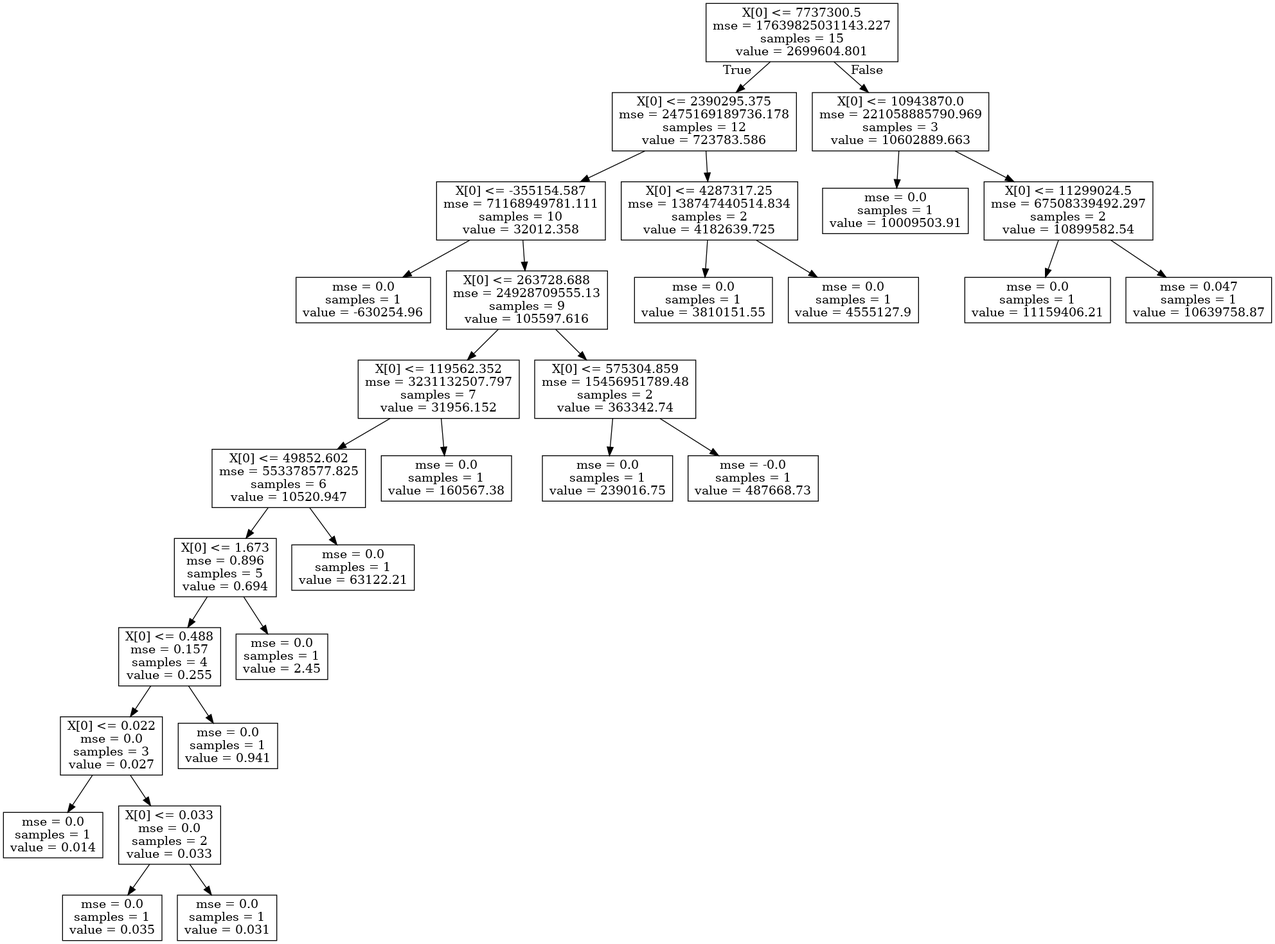
Dimitrios-Mourtzilas/Business-Strategy keeps this Graphviz diagram as dot_tree.png. Above is the earlier version. Its source is kept beside it as dot_tree.dot. Source of this version:
```dot
digraph Tree {
node [shape=box] ;
0 [label="X[0] <= 7737300.5\nmse = 17639825031143.227\nsamples = 15\nvalue = 2699604.801"] ;
1 [label="X[0] <= 2390295.375\nmse = 2475169189736.178\nsamples = 12\nvalue = 723783.586"] ;
0 -> 1 [labeldistance=2.5, labelangle=45, headlabel="True"] ;
2 [label="X[0] <= -355154.587\nmse = 71168949781.111\nsamples = 10\nvalue = 32012.358"] ;
1 -> 2 ;
3 [label="mse = 0.0\nsamples = 1\nvalue = -630254.96"] ;
2 -> 3 ;
4 [label="X[0] <= 263728.688\nmse = 24928709555.13\nsamples = 9\nvalue = 105597.616"] ;
2 -> 4 ;
5 [label="X[0] <= 119562.352\nmse = 3231132507.797\nsamples = 7\nvalue = 31956.152"] ;
4 -> 5 ;
6 [label="X[0] <= 49852.602\nmse = 553378577.825\nsamples = 6\nvalue = 10520.947"] ;
5 -> 6 ;
7 [label="X[0] <= 1.673\nmse = 0.896\nsamples = 5\nvalue = 0.694"] ;
6 -> 7 ;
8 [label="X[0] <= 0.488\nmse = 0.157\nsamples = 4\nvalue = 0.255"] ;
7 -> 8 ;
9 [label="X[0] <= 0.022\nmse = 0.0\nsamples = 3\nvalue = 0.027"] ;
8 -> 9 ;
10 [label="mse = 0.0\nsamples = 1\nvalue = 0.014"] ;
9 -> 10 ;
11 [label="X[0] <= 0.033\nmse = 0.0\nsamples = 2\nvalue = 0.033"] ;
9 -> 11 ;
12 [label="mse = 0.0\nsamples = 1\nvalue = 0.035"] ;
11 -> 12 ;
13 [label="mse = 0.0\nsamples = 1\nvalue = 0.031"] ;
11 -> 13 ;
14 [label="mse = 0.0\nsamples = 1\nvalue = 0.941"] ;
8 -> 14 ;
15 [label="mse = 0.0\nsamples = 1\nvalue = 2.45"] ;
7 -> 15 ;
16 [label="mse = 0.0\nsamples = 1\nvalue = 63122.21"] ;
6 -> 16 ;
17 [label="mse = 0.0\nsamples = 1\nvalue = 160567.38"] ;
5 -> 17 ;
18 [label="X[0] <= 575304.859\nmse = 15456951789.48\nsamples = 2\nvalue = 363342.74"] ;
4 -> 18 ;
19 [label="mse = 0.0\nsamples = 1\nvalue = 239016.75"] ;
18 -> 19 ;
20 [label="mse = -0.0\nsamples = 1\nvalue = 487668.73"] ;
18 -> 20 ;
21 [label="X[0] <= 4287317.25\nmse = 138747440514.834\nsamples = 2\nvalue = 4182639.725"] ;
1 -> 21 ;
22 [label="mse = 0.0\nsamples = 1\nvalue = 3810151.55"] ;
21 -> 22 ;
23 [label="mse = 0.0\nsamples = 1\nvalue = 4555127.9"] ;
21 -> 23 ;
24 [label="X[0] <= 10943870.0\nmse = 221058885790.969\nsamples = 3\nvalue = 10602889.663"] ;
0 -> 24 [labeldistance=2.5, labelangle=-45, headlabel="False"] ;
25 [label="mse = 0.0\nsamples = 1\nvalue = 10009503.91"] ;
24 -> 25 ;
26 [label="X[0] <= 11299024.5\nmse = 67508339492.297\nsamples = 2\nvalue = 10899582.54"] ;
24 -> 26 ;
27 [label="mse = 0.0\nsamples = 1\nvalue = 11159406.21"] ;
26 -> 27 ;
28 [label="mse = 0.047\nsamples = 1\nvalue = 10639758.87"] ;
26 -> 28 ;
}
```
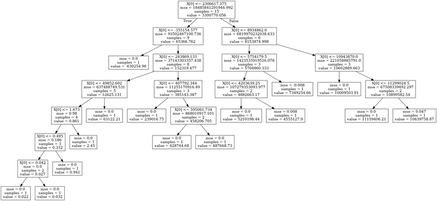
Above is the later version.

The edit, as a diff of the source:
```diff
@@ -1,54 +1,54 @@
 digraph Tree {
 node [shape=box] ;
-0 [label="X[0] <= 7737300.5\nmse = 17639825031143.227\nsamples = 15\nvalue = 2699604.801"] ;
-1 [label="X[0] <= 2390295.375\nmse = 2475169189736.178\nsamples = 12\nvalue = 723783.586"] ;
+0 [label="X[0] <= 2306617.375\nmse = 18485841291944.992\nsamples = 15\nvalue = 3300770.056"] ;
+1 [label="X[0] <= -355154.577\nmse = 93502467100.736\nsamples = 9\nvalue = 65366.762"] ;
 0 -> 1 [labeldistance=2.5, labelangle=45, headlabel="True"] ;
-2 [label="X[0] <= -355154.587\nmse = 71168949781.111\nsamples = 10\nvalue = 32012.358"] ;
+2 [label="mse = 0.0\nsamples = 1\nvalue = -630254.96"] ;
 1 -> 2 ;
-3 [label="mse = 0.0\nsamples = 1\nvalue = -630254.96"] ;
-2 -> 3 ;
-4 [label="X[0] <= 263728.688\nmse = 24928709555.13\nsamples = 9\nvalue = 105597.616"] ;
-2 -> 4 ;
-5 [label="X[0] <= 119562.352\nmse = 3231132507.797\nsamples = 7\nvalue = 31956.152"] ;
+3 [label="X[0] <= 243869.133\nmse = 37143303357.438\nsamples = 8\nvalue = 152319.477"] ;
+1 -> 3 ;
+4 [label="X[0] <= 49852.602\nmse = 637488749.531\nsamples = 5\nvalue = 12625.131"] ;
+3 -> 4 ;
+5 [label="X[0] <= 1.673\nmse = 0.98\nsamples = 4\nvalue = 0.861"] ;
 4 -> 5 ;
-6 [label="X[0] <= 49852.602\nmse = 553378577.825\nsamples = 6\nvalue = 10520.947"] ;
+6 [label="X[0] <= 0.495\nmse = 0.186\nsamples = 3\nvalue = 0.332"] ;
 5 -> 6 ;
-7 [label="X[0] <= 1.673\nmse = 0.896\nsamples = 5\nvalue = 0.694"] ;
+7 [label="X[0] <= 0.042\nmse = 0.0\nsamples = 2\nvalue = 0.027"] ;
 6 -> 7 ;
-8 [label="X[0] <= 0.488\nmse = 0.157\nsamples = 4\nvalue = 0.255"] ;
+8 [label="mse = 0.0\nsamples = 1\nvalue = 0.022"] ;
 7 -> 8 ;
-9 [label="X[0] <= 0.022\nmse = 0.0\nsamples = 3\nvalue = 0.027"] ;
-8 -> 9 ;
-10 [label="mse = 0.0\nsamples = 1\nvalue = 0.014"] ;
-9 -> 10 ;
-11 [label="X[0] <= 0.033\nmse = 0.0\nsamples = 2\nvalue = 0.033"] ;
-9 -> 11 ;
-12 [label="mse = 0.0\nsamples = 1\nvalue = 0.035"] ;
-11 -> 12 ;
-13 [label="mse = 0.0\nsamples = 1\nvalue = 0.031"] ;
-11 -> 13 ;
-14 [label="mse = 0.0\nsamples = 1\nvalue = 0.941"] ;
-8 -> 14 ;
-15 [label="mse = 0.0\nsamples = 1\nvalue = 2.45"] ;
-7 -> 15 ;
-16 [label="mse = 0.0\nsamples = 1\nvalue = 63122.21"] ;
-6 -> 16 ;
-17 [label="mse = 0.0\nsamples = 1\nvalue = 160567.38"] ;
-5 -> 17 ;
-18 [label="X[0] <= 575304.859\nmse = 15456951789.48\nsamples = 2\nvalue = 363342.74"] ;
-4 -> 18 ;
-19 [label="mse = 0.0\nsamples = 1\nvalue = 239016.75"] ;
+9 [label="mse = 0.0\nsamples = 1\nvalue = 0.032"] ;
+7 -> 9 ;
+10 [label="mse = 0.0\nsamples = 1\nvalue = 0.941"] ;
+6 -> 10 ;
+11 [label="mse = 0.0\nsamples = 1\nvalue = 2.45"] ;
+5 -> 11 ;
+12 [label="mse = 0.0\nsamples = 1\nvalue = 63122.21"] ;
+4 -> 12 ;
+13 [label="X[0] <= 407792.344\nmse = 11255170916.49\nsamples = 3\nvalue = 385143.387"] ;
+3 -> 13 ;
+14 [label="mse = 0.0\nsamples = 1\nvalue = 239016.75"] ;
+13 -> 14 ;
+15 [label="X[0] <= 595061.734\nmse = 868010917.101\nsamples = 2\nvalue = 458206.705"] ;
+13 -> 15 ;
+16 [label="mse = 0.0\nsamples = 1\nvalue = 428744.68"] ;
+15 -> 16 ;
+17 [label="mse = 0.0\nsamples = 1\nvalue = 487668.73"] ;
+15 -> 17 ;
+18 [label="X[0] <= 8934862.0\nmse = 6819970232038.633\nsamples = 6\nvalue = 8153874.998"] ;
+0 -> 18 [labeldistance=2.5, labelangle=-45, headlabel="False"] ;
+19 [label="X[0] <= 5754179.5\nmse = 1423535919516.078\nsamples = 3\nvalue = 5704860.333"] ;
 18 -> 19 ;
-20 [label="mse = -0.0\nsamples = 1\nvalue = 487668.73"] ;
-18 -> 20 ;
-21 [label="X[0] <= 4287317.25\nmse = 138747440514.834\nsamples = 2\nvalue = 4182639.725"] ;
-1 -> 21 ;
-22 [label="mse = 0.0\nsamples = 1\nvalue = 3810151.55"] ;
-21 -> 22 ;
-23 [label="mse = 0.0\nsamples = 1\nvalue = 4555127.9"] ;
-21 -> 23 ;
-24 [label="X[0] <= 10943870.0\nmse = 221058885790.969\nsamples = 3\nvalue = 10602889.663"] ;
-0 -> 24 [labeldistance=2.5, labelangle=-45, headlabel="False"] ;
+20 [label="X[0] <= 4203639.25\nmse = 107279353093.977\nsamples = 2\nvalue = 4882663.17"] ;
+19 -> 20 ;
+21 [label="mse = 0.0\nsamples = 1\nvalue = 5210198.44"] ;
+20 -> 21 ;
+22 [label="mse = 0.008\nsamples = 1\nvalue = 4555127.9"] ;
+20 -> 22 ;
+23 [label="mse = -0.008\nsamples = 1\nvalue = 7349254.66"] ;
+19 -> 23 ;
+24 [label="X[0] <= 10943870.0\nmse = 221058885791.0\nsamples = 3\nvalue = 10602889.663"] ;
+18 -> 24 ;
 25 [label="mse = 0.0\nsamples = 1\nvalue = 10009503.91"] ;
 24 -> 25 ;
 26 [label="X[0] <= 11299024.5\nmse = 67508339492.297\nsamples = 2\nvalue = 10899582.54"] ;
```
